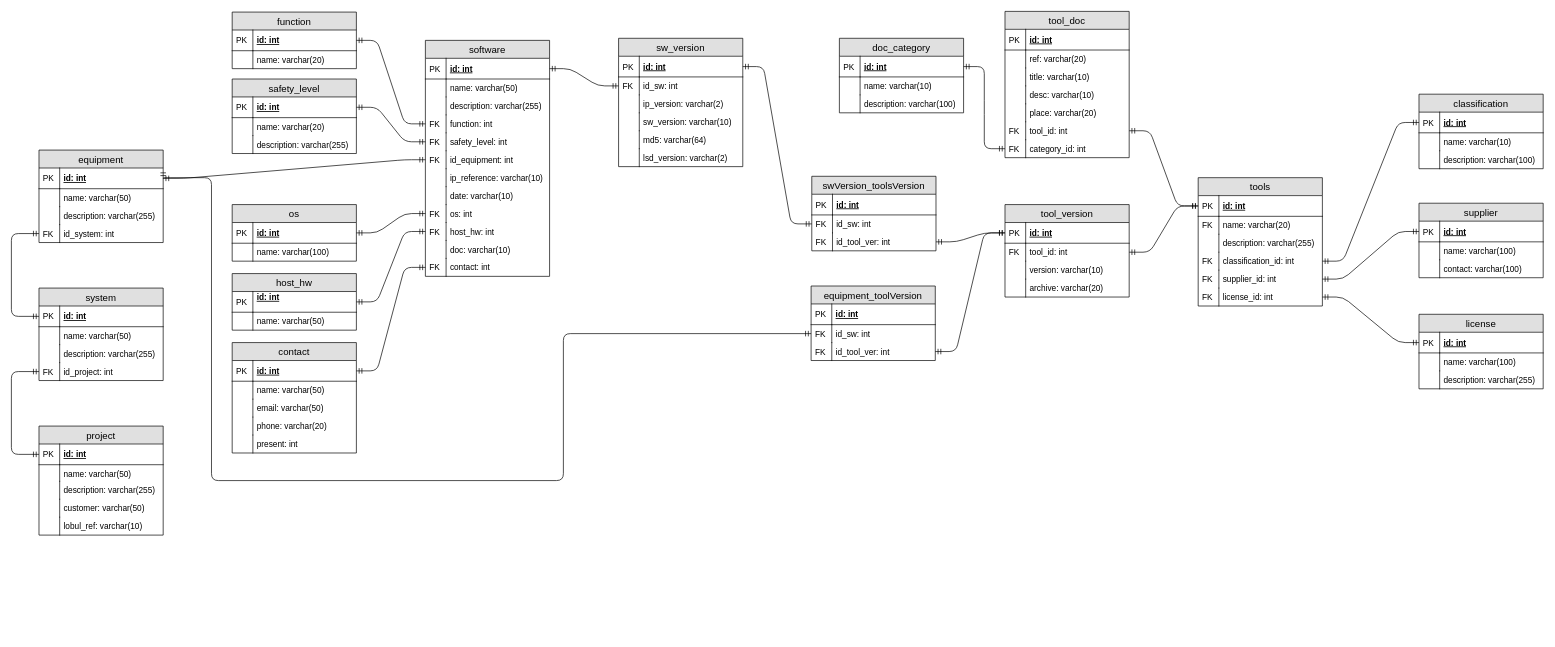
Above: page "DB" (1 of 9) of toolsDB.drawio in behej/toolsDB (draw.io), before the change. Source tidied: cells renumbered, new cells numbered last; positions are measured from the earlier drawing's top-left corner, leaving out a move shared by most shapes. Both pictures are drawn from the tidied source at 69%, with x=0, y=0 at pixel (11, 11).
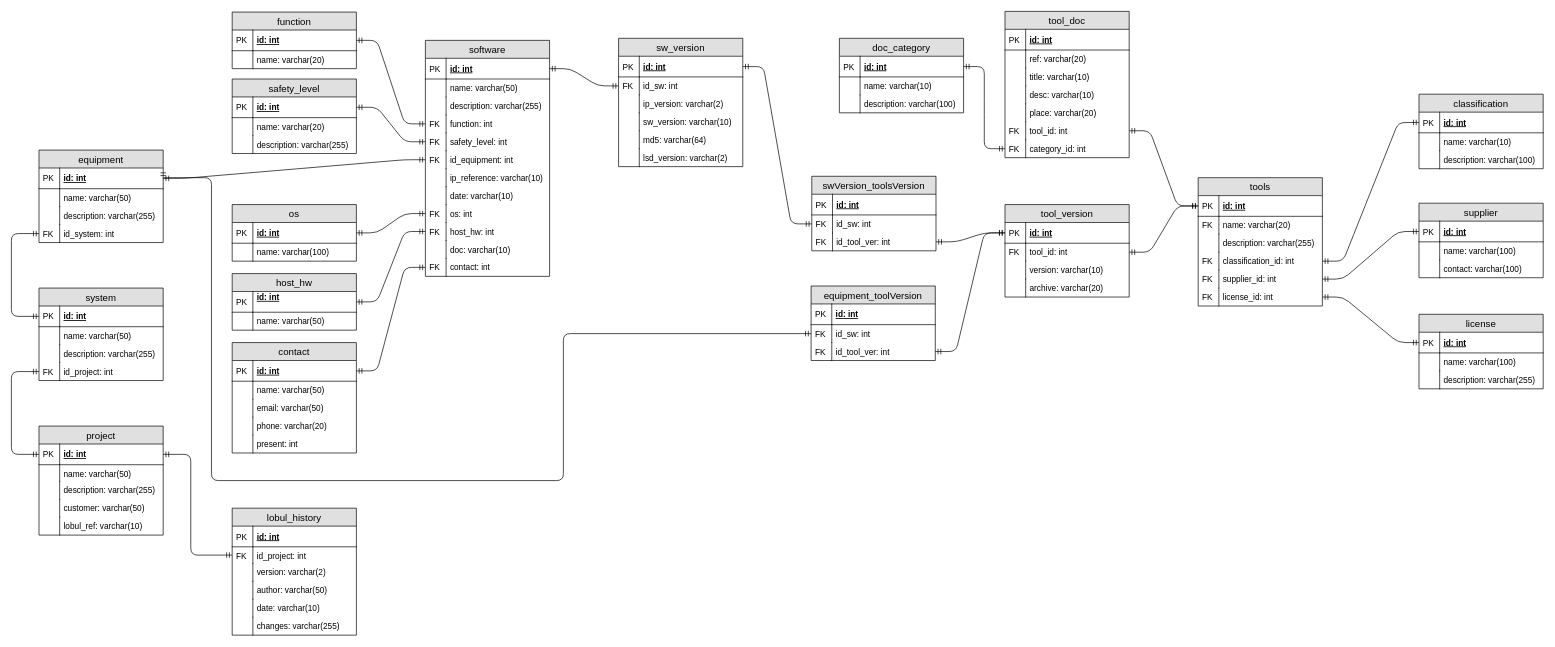
The same page after the edit.

Commit message:
add table lobul_history

Unchanged cells that the change refers to:
```xml
<mxCell id="85" value="id: int" style="shape=partialRectangle;top=0;left=0;right=0;bottom=1;align=left;verticalAlign=middle;fillColor=none;spacingLeft=34;spacingRight=4;overflow=hidden;points=[[0,0.5],[1,0.5]];portConstraint=eastwest;fontStyle=5;fontSize=12;" parent="84" vertex="1">
  <mxGeometry y="26" width="180" height="30" as="geometry" />
</mxCell>
```

What changed in the source:
```diff
@@
+    <mxCell id="200" value="lobul_history" style="swimlane;fontStyle=0;horizontal=1;startSize=26;fillColor=#e0e0e0;swimlaneFillColor=#ffffff;align=center;fontSize=14;" parent="1" vertex="1">
+      <mxGeometry x="320" y="720" width="180" height="184" as="geometry" />
+    </mxCell>
+    <mxCell id="201" value="id: int" style="shape=partialRectangle;top=0;left=0;right=0;bottom=1;align=left;verticalAlign=middle;fillColor=none;spacingLeft=34;spacingRight=4;overflow=hidden;fontStyle=5;fontSize=12;" parent="200" vertex="1">
+      <mxGeometry y="26" width="180" height="30" as="geometry" />
+    </mxCell>
+    <mxCell id="202" value="PK" style="shape=partialRectangle;top=0;left=0;bottom=0;fillColor=none;align=left;verticalAlign=middle;spacingLeft=4;spacingRight=4;overflow=hidden;fontSize=12;" parent="201" vertex="1">
+      <mxGeometry width="30" height="30" as="geometry" />
+    </mxCell>
+    <mxCell id="203" value="id_project: int" style="shape=partialRectangle;top=0;left=0;right=0;bottom=0;align=left;verticalAlign=top;fillColor=none;spacingLeft=34;spacingRight=4;overflow=hidden;points=[[0,0.5],[1,0.5]];portConstraint=eastwest;fontSize=12;" parent="200" vertex="1">
+      <mxGeometry y="56" width="180" height="24" as="geometry" />
+    </mxCell>
+    <mxCell id="204" value="FK" style="shape=partialRectangle;top=0;left=0;bottom=0;fillColor=none;align=left;verticalAlign=top;spacingLeft=4;spacingRight=4;overflow=hidden;fontSize=12;" parent="203" vertex="1">
+      <mxGeometry width="30" height="24" as="geometry" />
+    </mxCell>
+    <mxCell id="205" value="version: varchar(2)" style="shape=partialRectangle;top=0;left=0;right=0;bottom=0;align=left;verticalAlign=top;fillColor=none;spacingLeft=34;spacingRight=4;overflow=hidden;fontSize=12;" parent="200" vertex="1">
+      <mxGeometry y="80" width="180" height="26" as="geometry" />
+    </mxCell>
+    <mxCell id="206" style="shape=partialRectangle;top=0;left=0;bottom=0;fillColor=none;align=left;verticalAlign=top;spacingLeft=4;spacingRight=4;overflow=hidden;fontSize=12;" parent="205" vertex="1">
+      <mxGeometry width="30" height="26" as="geometry" />
+    </mxCell>
+    <mxCell id="207" value="author: varchar(50)" style="shape=partialRectangle;top=0;left=0;right=0;bottom=0;align=left;verticalAlign=top;fillColor=none;spacingLeft=34;spacingRight=4;overflow=hidden;fontSize=12;" parent="200" vertex="1">
+      <mxGeometry y="106" width="180" height="26" as="geometry" />
+    </mxCell>
+    <mxCell id="208" style="shape=partialRectangle;top=0;left=0;bottom=0;fillColor=none;align=left;verticalAlign=top;spacingLeft=4;spacingRight=4;overflow=hidden;fontSize=12;" parent="207" vertex="1">
+      <mxGeometry width="30" height="26" as="geometry" />
+    </mxCell>
+    <mxCell id="209" value="date: varchar(10)" style="shape=partialRectangle;top=0;left=0;right=0;bottom=0;align=left;verticalAlign=top;fillColor=none;spacingLeft=34;spacingRight=4;overflow=hidden;fontSize=12;" parent="200" vertex="1">
+      <mxGeometry y="132" width="180" height="26" as="geometry" />
+    </mxCell>
+    <mxCell id="210" style="shape=partialRectangle;top=0;left=0;bottom=0;fillColor=none;align=left;verticalAlign=top;spacingLeft=4;spacingRight=4;overflow=hidden;fontSize=12;" parent="209" vertex="1">
+      <mxGeometry width="30" height="26" as="geometry" />
+    </mxCell>
+    <mxCell id="211" value="changes: varchar(255)" style="shape=partialRectangle;top=0;left=0;right=0;bottom=0;align=left;verticalAlign=top;fillColor=none;spacingLeft=34;spacingRight=4;overflow=hidden;fontSize=12;" parent="200" vertex="1">
+      <mxGeometry y="158" width="180" height="26" as="geometry" />
+    </mxCell>
+    <mxCell id="212" style="shape=partialRectangle;top=0;left=0;bottom=0;fillColor=none;align=left;verticalAlign=top;spacingLeft=4;spacingRight=4;overflow=hidden;fontSize=12;" parent="211" vertex="1">
+      <mxGeometry width="30" height="26" as="geometry" />
+    </mxCell>
+    <mxCell id="213" style="edgeStyle=orthogonalEdgeStyle;fontSize=12;html=1;endArrow=ERmandOne;startArrow=ERmandOne;entryX=1;entryY=0.5;entryDx=0;entryDy=0;exitX=0;exitY=0.5;exitDx=0;exitDy=0;" parent="1" edge="1" source="203" target="85">
+      <mxGeometry relative="1" as="geometry">
+        <Array as="points">
+          <mxPoint x="260" y="788" />
+          <mxPoint x="260" y="642" />
+        </Array>
+      </mxGeometry>
+    </mxCell>
```
